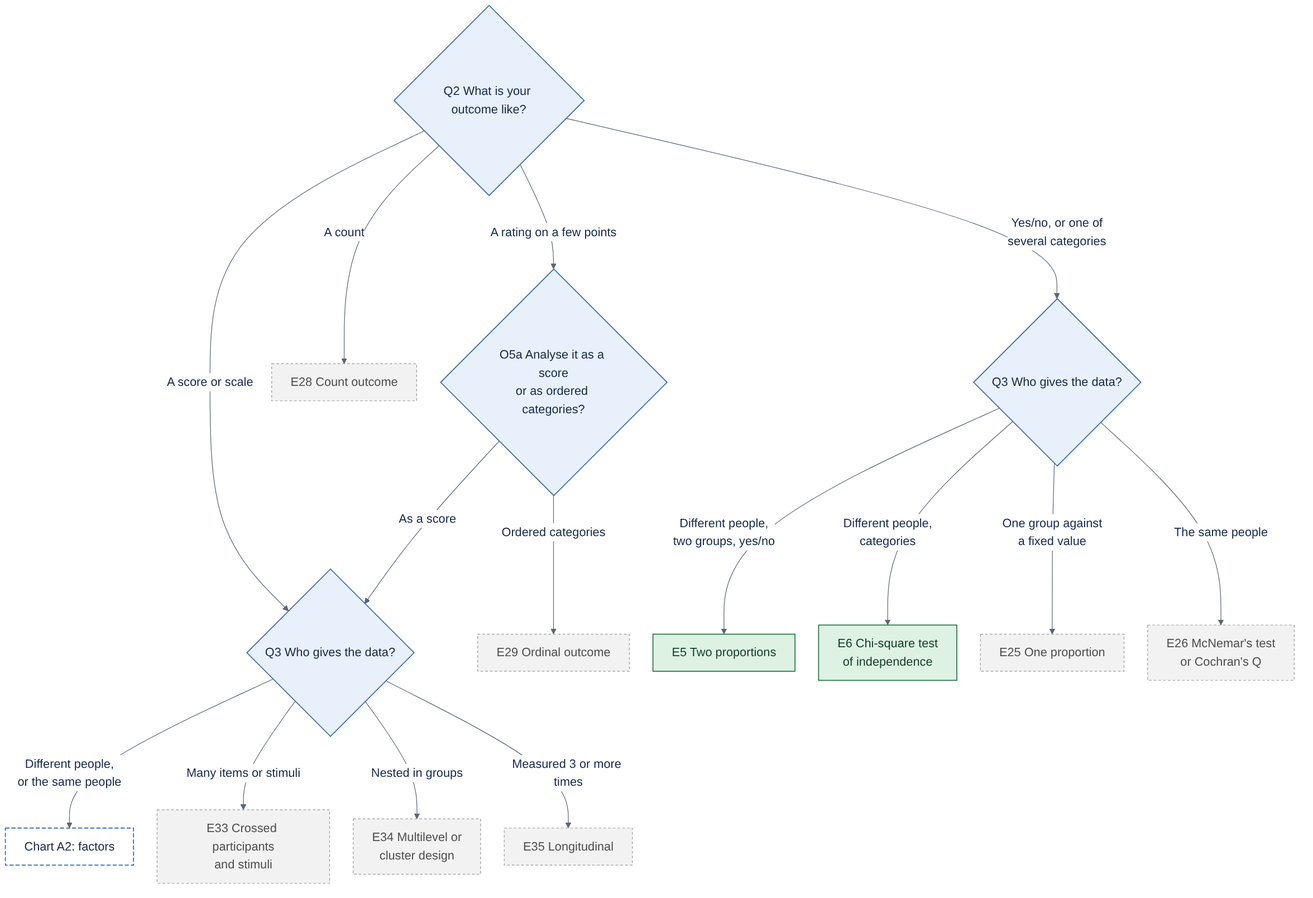
Above: docs/figures/decision-tree/A1-difference-outcome.png in JoelThornton/Powerkit (Mermaid), before the change. Its source is kept beside it as docs/figures/decision-tree/A1-difference-outcome.mmd.
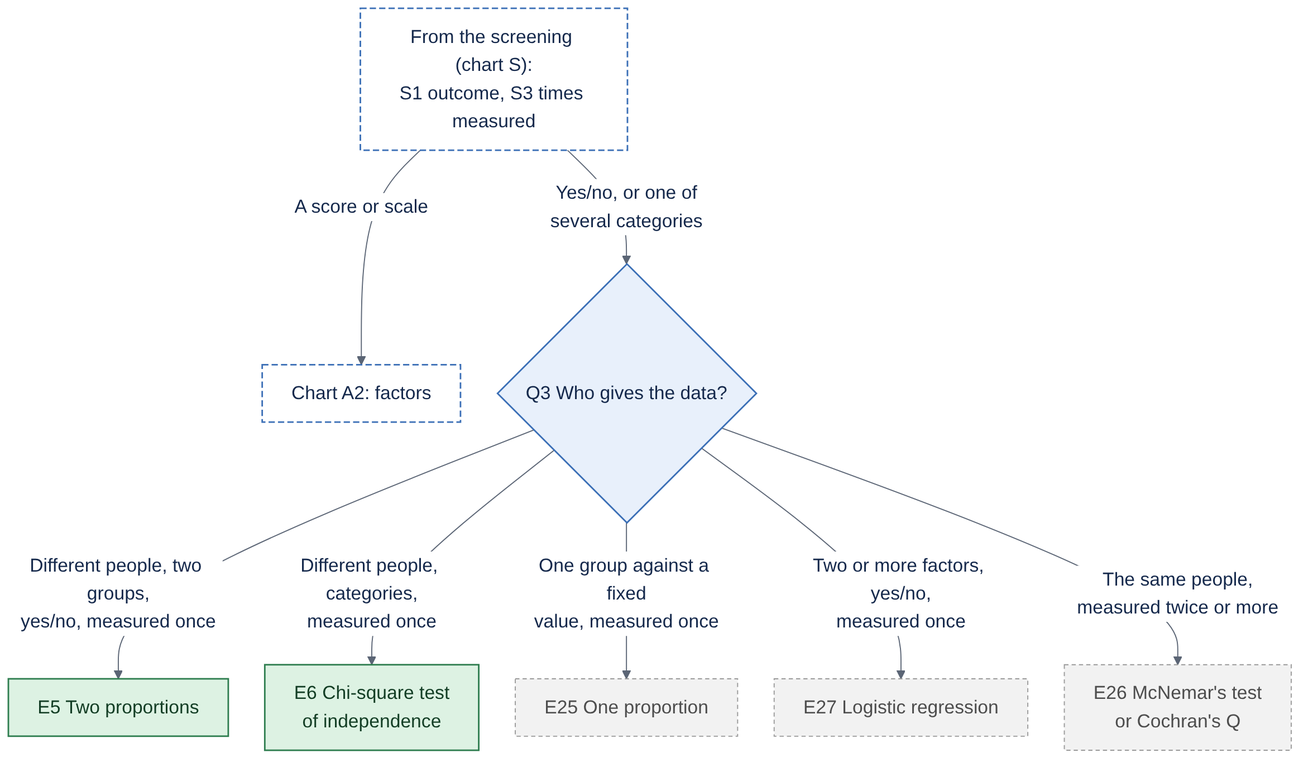
Later version of the same file.

What changed in the source:
```diff
@@ -1,23 +1,16 @@
 flowchart TD
-  Q2{"Q2 What is your outcome like?"}
-  Q2 -->|A score or scale| Q3{"Q3 Who gives the data?"}
-  Q2 -->|A rating on a few points| O5a{"O5a Analyse it as a score<br/>or as ordered categories?"}
-  O5a -->|As a score| Q3
-  O5a -->|Ordered categories| E29["E29 Ordinal outcome"]
-  Q2 -->|A count| E28["E28 Count outcome"]
-  Q2 -->|Yes/no, or one of<br/>several categories| Q3y{"Q3 Who gives the data?"}
-  Q3y -->|Different people,<br/>two groups, yes/no| E5["E5 Two proportions"]
-  Q3y -->|Different people,<br/>categories| E6["E6 Chi-square test<br/>of independence"]
-  Q3y -->|One group against<br/>a fixed value| E25["E25 One proportion"]
-  Q3y -->|The same people| E26["E26 McNemar's test<br/>or Cochran's Q"]
-  Q3 -->|Different people,<br/>or the same people| A2["Chart A2: factors"]
-  Q3 -->|Many items or stimuli| E33["E33 Crossed participants<br/>and stimuli"]
-  Q3 -->|Nested in groups| E34["E34 Multilevel or<br/>cluster design"]
-  Q3 -->|Measured 3 or more times| E35["E35 Longitudinal"]
-  class Q2,O5a,Q3,Q3y q
+  S["From the screening (chart S):<br/>S1 outcome, S3 times measured"]
+  S -->|A score or scale| A2["Chart A2: factors"]
+  S -->|Yes/no, or one of<br/>several categories| Q3y{"Q3 Who gives the data?"}
+  Q3y -->|Different people, two groups,<br/>yes/no, measured once| E5["E5 Two proportions"]
+  Q3y -->|Different people, categories,<br/>measured once| E6["E6 Chi-square test<br/>of independence"]
+  Q3y -->|One group against a fixed<br/>value, measured once| E25["E25 One proportion"]
+  Q3y -->|Two or more factors, yes/no,<br/>measured once| E27["E27 Logistic regression"]
+  Q3y -->|The same people,<br/>measured twice or more| E26["E26 McNemar's test<br/>or Cochran's Q"]
+  class Q3y q
   class E5,E6 avail
-  class E25,E26,E28,E29,E33,E34,E35 later
-  class A2 jump
+  class E25,E26,E27 later
+  class S,A2 jump
   classDef q fill:#E8F0FB,stroke:#3B6FB6,color:#14284B,stroke-width:1.5px
   classDef avail fill:#DDF2E3,stroke:#2E7D4F,color:#123D24,stroke-width:1.5px
   classDef spec fill:#FFF0D1,stroke:#B97A00,color:#4A3200,stroke-width:1.5px
```
